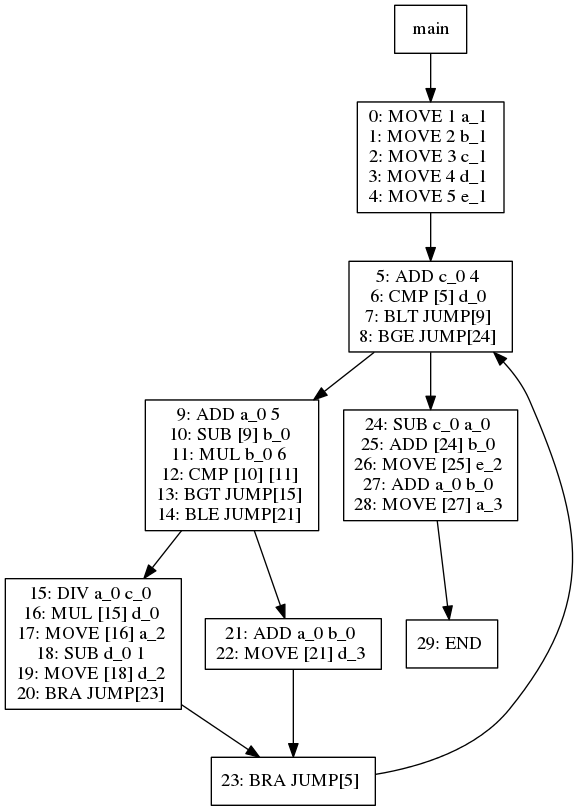
This is viz/test023.dot.png from jiahanwang/PL241-Compiler, a Graphviz export, as it was before one commit. Its source is kept beside it as viz/test023.dot.
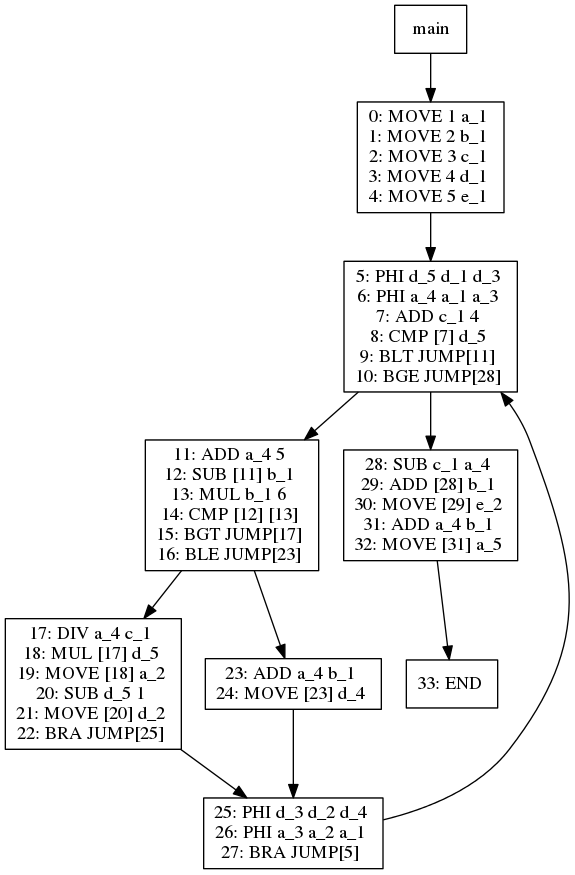
The same file after the commit.

What changed in the source:
```diff
@@ -9,44 +9,48 @@
 4: MOVE 5 e_1
 "]
 3 -> 8
-8[label="5: ADD c_0 4
-6: CMP [5] d_0
-7: BLT JUMP[9]
-8: BGE JUMP[24]
+8[label="5: PHI d_5 d_1 d_3
+6: PHI a_4 a_1 a_3
+7: ADD c_1 4
+8: CMP [7] d_5
+9: BLT JUMP[11]
+10: BGE JUMP[28]
 "]
 8 -> 10
-10[label="9: ADD a_0 5
-10: SUB [9] b_0
-11: MUL b_0 6
-12: CMP [10] [11]
-13: BGT JUMP[15]
-14: BLE JUMP[21]
+10[label="11: ADD a_4 5
+12: SUB [11] b_1
+13: MUL b_1 6
+14: CMP [12] [13]
+15: BGT JUMP[17]
+16: BLE JUMP[23]
 "]
 10 -> 12
-12[label="15: DIV a_0 c_0
-16: MUL [15] d_0
-17: MOVE [16] a_2
-18: SUB d_0 1
-19: MOVE [18] d_2
-20: BRA JUMP[23]
+12[label="17: DIV a_4 c_1
+18: MUL [17] d_5
+19: MOVE [18] a_2
+20: SUB d_5 1
+21: MOVE [20] d_2
+22: BRA JUMP[25]
 "]
 12 -> 11
-11[label="23: BRA JUMP[5]
+11[label="25: PHI d_3 d_2 d_4
+26: PHI a_3 a_2 a_1
+27: BRA JUMP[5]
 "]
 11 -> 8
 10 -> 14
-14[label="21: ADD a_0 b_0
-22: MOVE [21] d_3
+14[label="23: ADD a_4 b_1
+24: MOVE [23] d_4
 "]
 14 -> 11
 8 -> 9
-9[label="24: SUB c_0 a_0
-25: ADD [24] b_0
-26: MOVE [25] e_2
-27: ADD a_0 b_0
-28: MOVE [27] a_3
+9[label="28: SUB c_1 a_4
+29: ADD [28] b_1
+30: MOVE [29] e_2
+31: ADD a_4 b_1
+32: MOVE [31] a_5
 "]
 9 -> 17
-17[label="29: END
+17[label="33: END
 "]
 }
```
